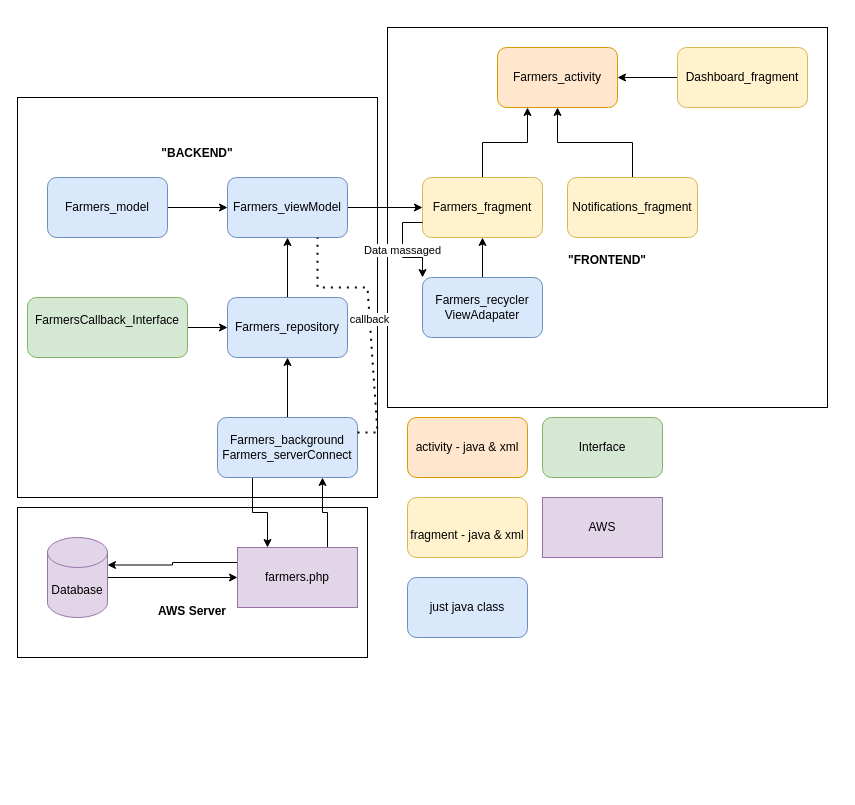
The draw.io diagram page "Farmers" (2 of 3) of Untitled Diagram.drawio in BenBladow/rw_android_uml, before the edit. Source tidied: cells renumbered, new cells numbered last; positions are measured from the earlier drawing's top-left corner, leaving out a move shared by most shapes. Both pictures are drawn from the tidied source at 100%, with x=0, y=0 at pixel (17, 27).
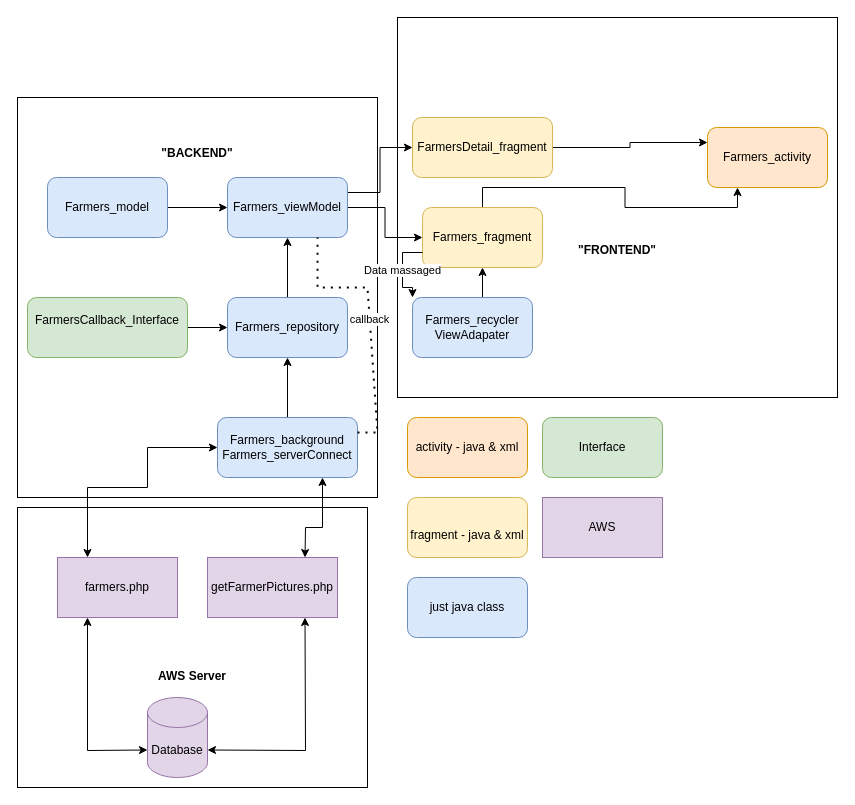
The same diagram, later.

Commit message:
16July2023: updated farmers uml. added page for signin and page for beekeepers

The change refers to these unchanged cells:
```xml
<mxCell id="12" value="Farmers_viewModel" style="rounded=1;whiteSpace=wrap;html=1;fillColor=#dae8fc;strokeColor=#6c8ebf;" parent="1" vertex="1">
  <mxGeometry x="210" y="150" width="120" height="60" as="geometry" />
</mxCell>
<mxCell id="19" value="&lt;div&gt;Farmers_background&lt;/div&gt;&lt;div&gt;Farmers_serverConnect&lt;br&gt;&lt;/div&gt;" style="rounded=1;whiteSpace=wrap;html=1;fillColor=#dae8fc;strokeColor=#6c8ebf;" parent="1" vertex="1">
  <mxGeometry x="200" y="390" width="140" height="60" as="geometry" />
</mxCell>
```

The edit, as a diff of the source:
```diff
@@
     <mxCell id="2" value="&lt;div&gt;&lt;br&gt;&lt;/div&gt;&lt;div&gt;&lt;br&gt;&lt;/div&gt;&lt;div&gt;&lt;br&gt;&lt;/div&gt;&lt;div&gt;&lt;br&gt;&lt;/div&gt;&lt;div&gt;&lt;br&gt;&lt;/div&gt;&lt;div&gt;&lt;br&gt;&lt;/div&gt;&lt;div&gt;&lt;b&gt;&quot;FRONTEND&quot;&lt;/b&gt;&lt;br&gt;&lt;/div&gt;" style="rounded=0;whiteSpace=wrap;html=1;" parent="1" vertex="1">
-      <mxGeometry x="370" width="440" height="380" as="geometry" />
+      <mxGeometry x="380" y="-10" width="440" height="380" as="geometry" />
     </mxCell>
@@
     <mxCell id="4" value="&lt;div&gt;&lt;br&gt;&lt;/div&gt;&lt;div&gt;&lt;br&gt;&lt;/div&gt;&lt;div&gt;&lt;br&gt;&lt;/div&gt;&lt;div&gt;&lt;br&gt;&lt;/div&gt;&lt;div&gt;&lt;b&gt;AWS Server&lt;/b&gt;&lt;br&gt;&lt;/div&gt;" style="rounded=0;whiteSpace=wrap;html=1;" parent="1" vertex="1">
-      <mxGeometry y="480" width="350" height="150" as="geometry" />
+      <mxGeometry y="480" width="350" height="280" as="geometry" />
     </mxCell>
@@
     <mxCell id="7" value="Farmers_activity" style="rounded=1;whiteSpace=wrap;html=1;fillColor=#ffe6cc;strokeColor=#d79b00;" parent="1" vertex="1">
-      <mxGeometry x="480" y="20" width="120" height="60" as="geometry" />
+      <mxGeometry x="690" y="100" width="120" height="60" as="geometry" />
     </mxCell>
@@
     <mxCell id="9" value="Farmers_fragment" style="rounded=1;whiteSpace=wrap;html=1;fillColor=#fff2cc;strokeColor=#d6b656;" parent="1" vertex="1">
-      <mxGeometry x="405" y="150" width="120" height="60" as="geometry" />
+      <mxGeometry x="405" y="180" width="120" height="60" as="geometry" />
     </mxCell>
@@
+    <mxCell id="37" style="edgeStyle=orthogonalEdgeStyle;rounded=0;jettySize=auto;html=1;exitX=1;exitY=0.25;exitDx=0;exitDy=0;entryX=0;entryY=0.5;entryDx=0;entryDy=0;" parent="1" edge="1" source="12" target="39">
+      <mxGeometry relative="1" as="geometry" />
+    </mxCell>
@@
     <mxCell id="16" value="Farmers_recycler&lt;br&gt;ViewAdapater" style="rounded=1;whiteSpace=wrap;html=1;fillColor=#dae8fc;strokeColor=#6c8ebf;" parent="1" vertex="1">
-      <mxGeometry x="405" y="250" width="120" height="60" as="geometry" />
+      <mxGeometry x="395" y="270" width="120" height="60" as="geometry" />
     </mxCell>
@@
-    <mxCell id="18" style="edgeStyle=orthogonalEdgeStyle;rounded=0;jettySize=auto;html=1;exitX=0.25;exitY=1;exitDx=0;exitDy=0;entryX=0.25;entryY=0;entryDx=0;entryDy=0;" parent="1" edge="1" source="19" target="22">
-      <mxGeometry relative="1" as="geometry" />
-    </mxCell>
@@
-    <mxCell id="20" style="edgeStyle=orthogonalEdgeStyle;rounded=0;jettySize=auto;html=1;exitX=0;exitY=0.25;exitDx=0;exitDy=0;entryX=1;entryY=0;entryDx=0;entryDy=27.5;entryPerimeter=0;" parent="1" edge="1" source="22" target="24">
-      <mxGeometry relative="1" as="geometry" />
-    </mxCell>
-    <mxCell id="21" style="edgeStyle=orthogonalEdgeStyle;rounded=0;jettySize=auto;html=1;exitX=0.75;exitY=0;exitDx=0;exitDy=0;entryX=0.75;entryY=1;entryDx=0;entryDy=0;" parent="1" edge="1" source="22" target="19">
-      <mxGeometry relative="1" as="geometry" />
-    </mxCell>
     <mxCell id="22" value="farmers.php" style="rounded=0;whiteSpace=wrap;html=1;fillColor=#e1d5e7;strokeColor=#9673a6;" parent="1" vertex="1">
-      <mxGeometry x="220" y="520" width="120" height="60" as="geometry" />
+      <mxGeometry x="40" y="530" width="120" height="60" as="geometry" />
     </mxCell>
-    <mxCell id="23" style="edgeStyle=orthogonalEdgeStyle;rounded=0;jettySize=auto;html=1;exitX=1;exitY=0.5;exitDx=0;exitDy=0;exitPerimeter=0;entryX=0;entryY=0.5;entryDx=0;entryDy=0;" parent="1" edge="1" source="24" target="22">
-      <mxGeometry relative="1" as="geometry" />
-    </mxCell>
     <mxCell id="24" value="Database" style="shape=cylinder3;whiteSpace=wrap;html=1;boundedLbl=1;backgroundOutline=1;size=15;fillColor=#e1d5e7;strokeColor=#9673a6;" parent="1" vertex="1">
-      <mxGeometry x="30" y="510" width="60" height="80" as="geometry" />
+      <mxGeometry x="130" y="670" width="60" height="80" as="geometry" />
     </mxCell>
-    <mxCell id="25" style="edgeStyle=orthogonalEdgeStyle;rounded=0;jettySize=auto;html=1;exitX=0.5;exitY=0;exitDx=0;exitDy=0;entryX=0.5;entryY=1;entryDx=0;entryDy=0;" parent="1" edge="1" source="26" target="7">
-      <mxGeometry relative="1" as="geometry" />
-    </mxCell>
-    <mxCell id="26" value="Notifications_fragment" style="rounded=1;whiteSpace=wrap;html=1;fillColor=#fff2cc;strokeColor=#d6b656;" parent="1" vertex="1">
-      <mxGeometry x="550" y="150" width="130" height="60" as="geometry" />
-    </mxCell>
-    <mxCell id="27" style="edgeStyle=orthogonalEdgeStyle;rounded=0;jettySize=auto;html=1;exitX=0;exitY=0.5;exitDx=0;exitDy=0;entryX=1;entryY=0.5;entryDx=0;entryDy=0;" parent="1" edge="1" source="28" target="7">
-      <mxGeometry relative="1" as="geometry" />
-    </mxCell>
-    <mxCell id="28" value="Dashboard_fragment" style="rounded=1;whiteSpace=wrap;html=1;fillColor=#fff2cc;strokeColor=#d6b656;" parent="1" vertex="1">
-      <mxGeometry x="660" y="20" width="130" height="60" as="geometry" />
-    </mxCell>
@@
+    <mxCell id="38" style="edgeStyle=orthogonalEdgeStyle;rounded=0;jettySize=auto;html=1;exitX=1;exitY=0.5;exitDx=0;exitDy=0;entryX=0;entryY=0.25;entryDx=0;entryDy=0;" parent="1" edge="1" source="39" target="7">
+      <mxGeometry relative="1" as="geometry" />
+    </mxCell>
+    <mxCell id="39" value="FarmersDetail_fragment" style="rounded=1;whiteSpace=wrap;html=1;fillColor=#fff2cc;strokeColor=#d6b656;" parent="1" vertex="1">
+      <mxGeometry x="395" y="90" width="140" height="60" as="geometry" />
+    </mxCell>
+    <mxCell id="40" value="getFarmerPictures.php" style="rounded=0;whiteSpace=wrap;html=1;fillColor=#e1d5e7;strokeColor=#9673a6;" parent="1" vertex="1">
+      <mxGeometry x="190" y="530" width="130" height="60" as="geometry" />
+    </mxCell>
+    <mxCell id="21" style="endArrow=classic;startArrow=classic;html=1;rounded=0;entryX=0;entryY=0.5;entryDx=0;entryDy=0;exitX=0.25;exitY=0;exitDx=0;exitDy=0;" parent="1" edge="1" source="22" target="19">
+      <mxGeometry relative="1" as="geometry">
+        <Array as="points">
+          <mxPoint x="70" y="460" />
+          <mxPoint x="130" y="460" />
+          <mxPoint x="130" y="420" />
+        </Array>
+      </mxGeometry>
+    </mxCell>
+    <mxCell id="23" style="endArrow=classic;startArrow=classic;html=1;rounded=0;entryX=0.25;entryY=1;entryDx=0;entryDy=0;exitX=0;exitY=0;exitDx=0;exitDy=52.5;exitPerimeter=0;" parent="1" edge="1" source="24" target="22">
+      <mxGeometry relative="1" as="geometry">
+        <Array as="points">
+          <mxPoint x="70" y="723" />
+        </Array>
+      </mxGeometry>
+    </mxCell>
+    <mxCell id="41" style="endArrow=classic;startArrow=classic;html=1;rounded=0;exitX=1;exitY=0;exitDx=0;exitDy=52.5;exitPerimeter=0;entryX=0.75;entryY=1;entryDx=0;entryDy=0;" parent="1" edge="1" source="24" target="40">
+      <mxGeometry relative="1" as="geometry">
+        <Array as="points">
+          <mxPoint x="288" y="723" />
+        </Array>
+      </mxGeometry>
+    </mxCell>
+    <mxCell id="42" style="endArrow=classic;startArrow=classic;html=1;rounded=0;exitX=0.75;exitY=0;exitDx=0;exitDy=0;entryX=0.75;entryY=1;entryDx=0;entryDy=0;" parent="1" edge="1" source="40" target="19">
+      <mxGeometry relative="1" as="geometry">
+        <Array as="points">
+          <mxPoint x="288" y="500" />
+          <mxPoint x="305" y="500" />
+        </Array>
+      </mxGeometry>
+    </mxCell>
```
